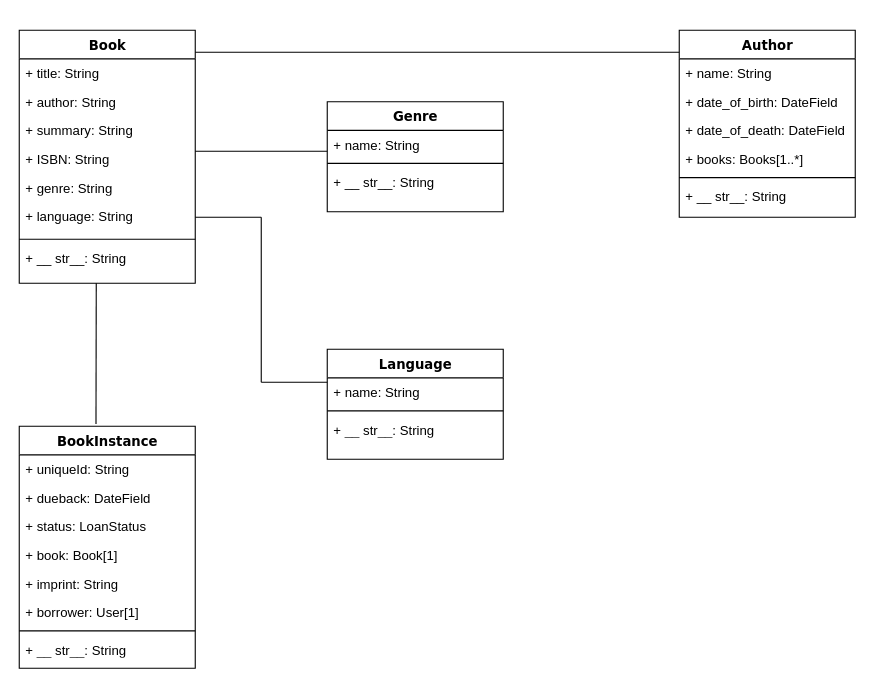
sip005/drawio_01 keeps this draw.io diagram as bookstore_01.drawio. Above is the earlier version. Source tidied: cells renumbered, new cells numbered last; positions are measured from the earlier drawing's top-left corner, leaving out a move shared by most shapes. Both pictures are drawn from the tidied source at 110%, with x=0, y=0 at pixel (19, 30).
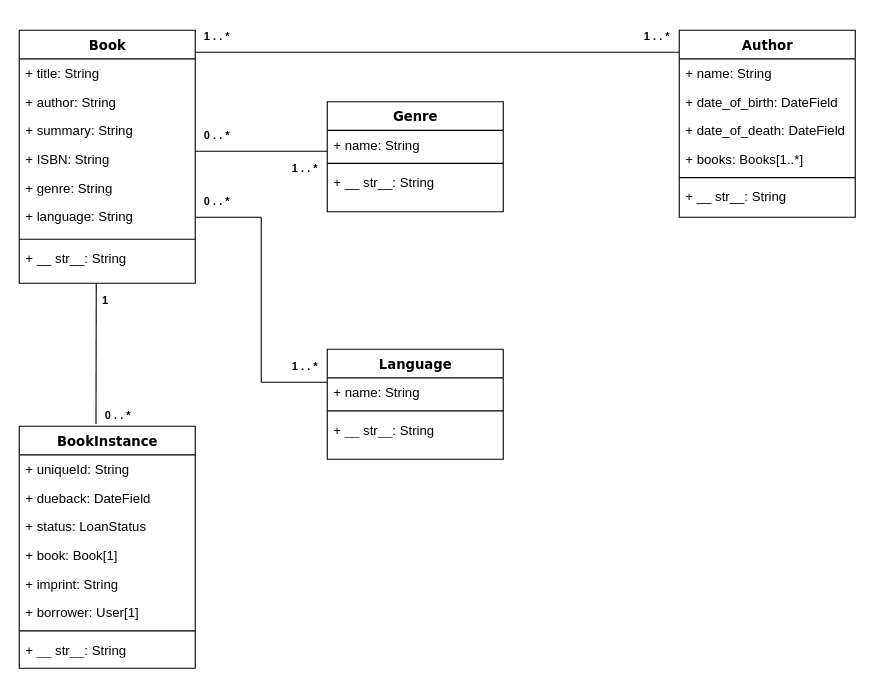
The same diagram, later.

Diff of the diagram source:
```diff
@@
+    <mxCell id="41" value="&lt;b&gt;&lt;font style=&quot;font-size: 10px;&quot;&gt;1 . . *&lt;/font&gt;&lt;/b&gt;" style="text;html=1;align=center;verticalAlign=middle;whiteSpace=wrap;rounded=0;" parent="1" vertex="1">
+      <mxGeometry x="150" y="-10" width="60" height="30" as="geometry" />
+    </mxCell>
+    <mxCell id="42" value="&lt;b&gt;&lt;font style=&quot;font-size: 10px;&quot;&gt;1 . . *&lt;/font&gt;&lt;/b&gt;" style="text;html=1;align=center;verticalAlign=middle;whiteSpace=wrap;rounded=0;" parent="1" vertex="1">
+      <mxGeometry x="550" y="-10" width="60" height="30" as="geometry" />
+    </mxCell>
+    <mxCell id="43" value="&lt;b&gt;&lt;font style=&quot;font-size: 10px;&quot;&gt;0 . . *&lt;/font&gt;&lt;/b&gt;" style="text;html=1;align=center;verticalAlign=middle;whiteSpace=wrap;rounded=0;" parent="1" vertex="1">
+      <mxGeometry x="150" y="80" width="60" height="30" as="geometry" />
+    </mxCell>
+    <mxCell id="44" value="&lt;b&gt;&lt;font style=&quot;font-size: 10px;&quot;&gt;1 . . *&lt;/font&gt;&lt;/b&gt;" style="text;html=1;align=center;verticalAlign=middle;whiteSpace=wrap;rounded=0;" parent="1" vertex="1">
+      <mxGeometry x="230" y="110" width="60" height="30" as="geometry" />
+    </mxCell>
+    <mxCell id="45" value="&lt;b&gt;&lt;font style=&quot;font-size: 10px;&quot;&gt;0 . . *&lt;/font&gt;&lt;/b&gt;" style="text;html=1;align=center;verticalAlign=middle;whiteSpace=wrap;rounded=0;" parent="1" vertex="1">
+      <mxGeometry x="150" y="140" width="60" height="30" as="geometry" />
+    </mxCell>
+    <mxCell id="46" value="&lt;b&gt;&lt;font style=&quot;font-size: 10px;&quot;&gt;1 . . *&lt;/font&gt;&lt;/b&gt;" style="text;html=1;align=center;verticalAlign=middle;whiteSpace=wrap;rounded=0;" parent="1" vertex="1">
+      <mxGeometry x="230" y="290" width="60" height="30" as="geometry" />
+    </mxCell>
+    <mxCell id="47" value="&lt;b&gt;&lt;font style=&quot;font-size: 10px;&quot;&gt;1&amp;nbsp;&lt;/font&gt;&lt;/b&gt;" style="text;html=1;align=center;verticalAlign=middle;whiteSpace=wrap;rounded=0;" parent="1" vertex="1">
+      <mxGeometry x="50" y="230" width="60" height="30" as="geometry" />
+    </mxCell>
+    <mxCell id="48" value="&lt;b&gt;&lt;font style=&quot;font-size: 10px;&quot;&gt;0 . . *&lt;/font&gt;&lt;/b&gt;" style="text;html=1;align=center;verticalAlign=middle;whiteSpace=wrap;rounded=0;" parent="1" vertex="1">
+      <mxGeometry x="60" y="335" width="60" height="30" as="geometry" />
+    </mxCell>
```
